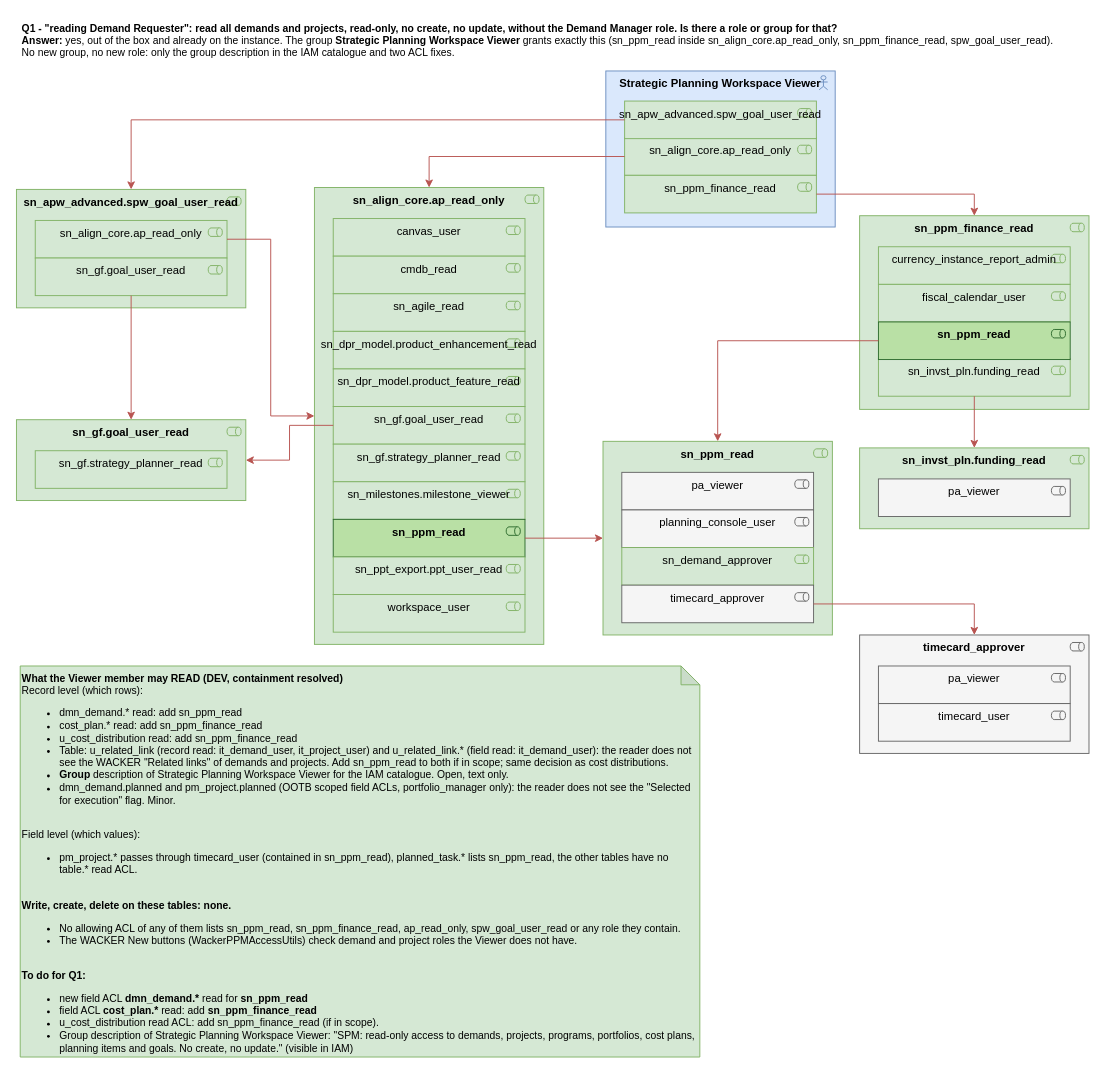
algimas/tmp keeps this draw.io diagram as page "Q1 reader" (2 of 7) of wac-roles.drawio. Above is the earlier version. Source tidied: cells renumbered, new cells numbered last; positions are measured from the earlier drawing's top-left corner, leaving out a move shared by most shapes. Both pictures are drawn from the tidied source at 94%, with x=0, y=0 at pixel (16, 16).
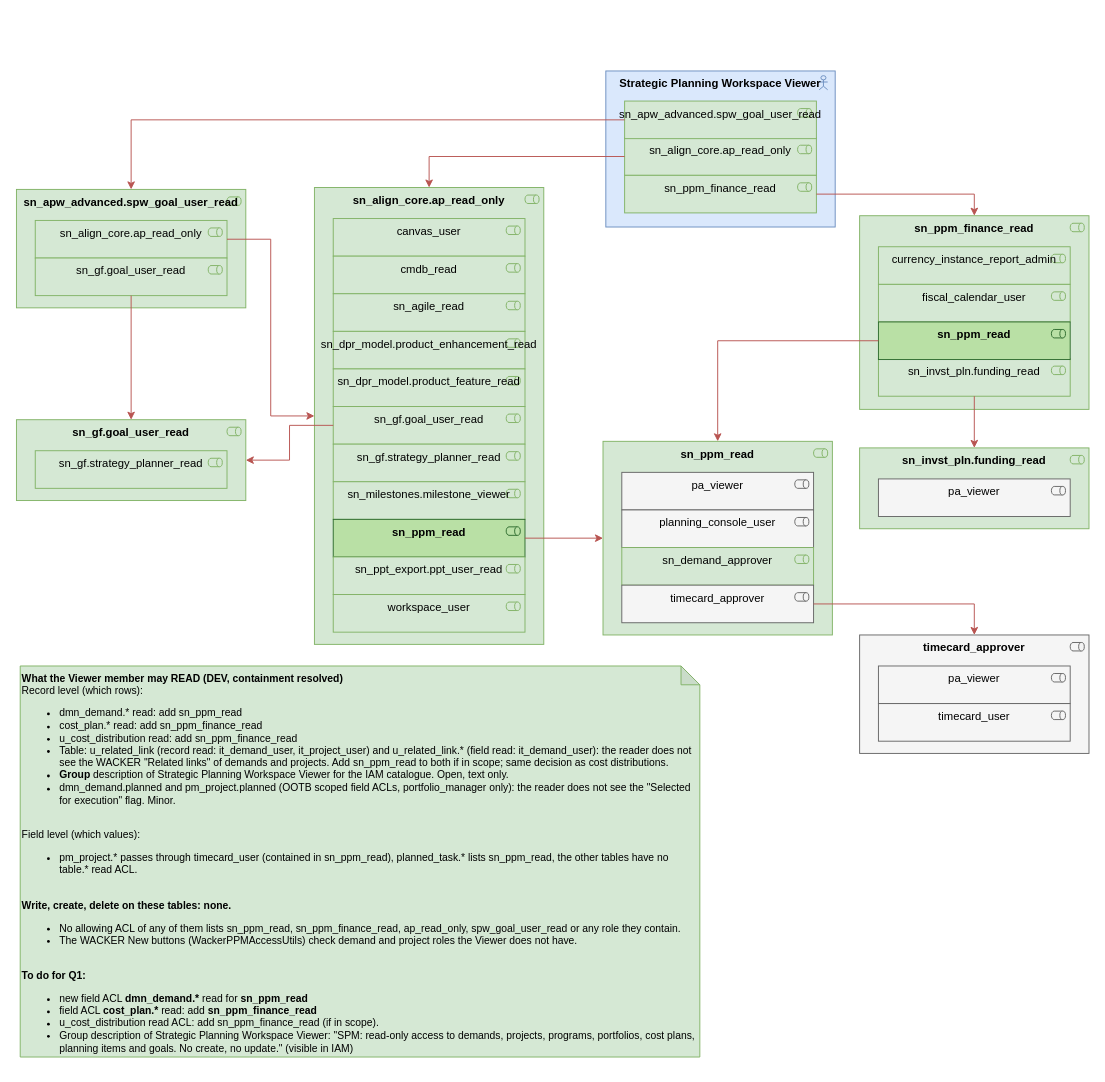
Above is the later version.

What changed in the source:
```diff
@@
-    <mxCell id="2" value="&lt;b&gt;Q1 - &quot;reading Demand Requester&quot;: read all demands and projects, read-only, no create, no update, without the Demand Manager role. Is there a role or group for that?&lt;/b&gt;&lt;br&gt;&lt;div&gt;&lt;b&gt;Answer:&lt;/b&gt; yes, out of the box and already on the instance. The group &lt;b&gt;Strategic Planning Workspace Viewer&lt;/b&gt; grants exactly this (sn_ppm_read inside sn_align_core.ap_read_only, sn_ppm_finance_read, spw_goal_user_read).&amp;nbsp;&lt;div&gt;No new group, no new role: only the group description in the IAM catalogue and two ACL fixes.&lt;/div&gt;&lt;/div&gt;" style="text;html=1;align=left;verticalAlign=top;whiteSpace=wrap;fontSize=11;" parent="1" vertex="1">
-      <mxGeometry x="4" width="1105" height="52" as="geometry" />
-    </mxCell>
```
